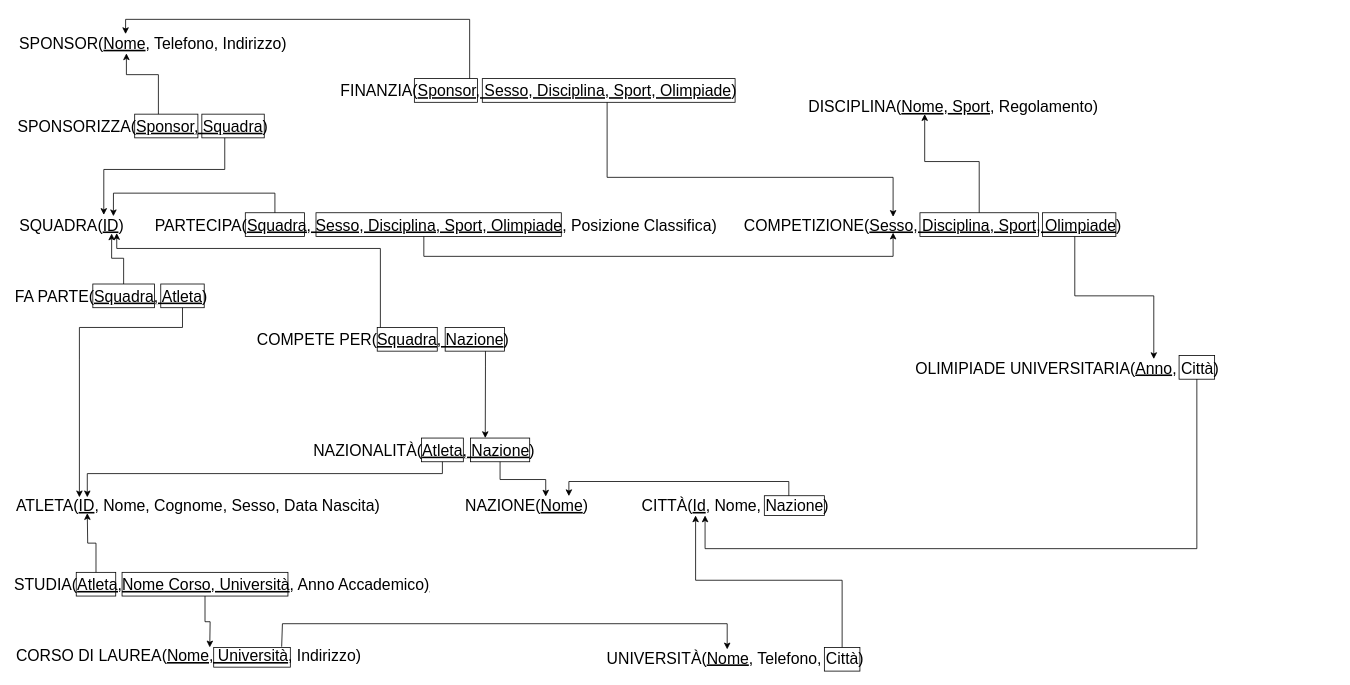
Earlier version of the draw.io diagram page "Schema Logico" (3 of 3) of Olimpiadi studentesche.drawio (giovannivelludo/database-project). Source tidied: cells renumbered, new cells numbered last; positions are measured from the earlier drawing's top-left corner, leaving out a move shared by most shapes. Both pictures are drawn from the tidied source at 79%, with x=0, y=0 at pixel (16, 19).
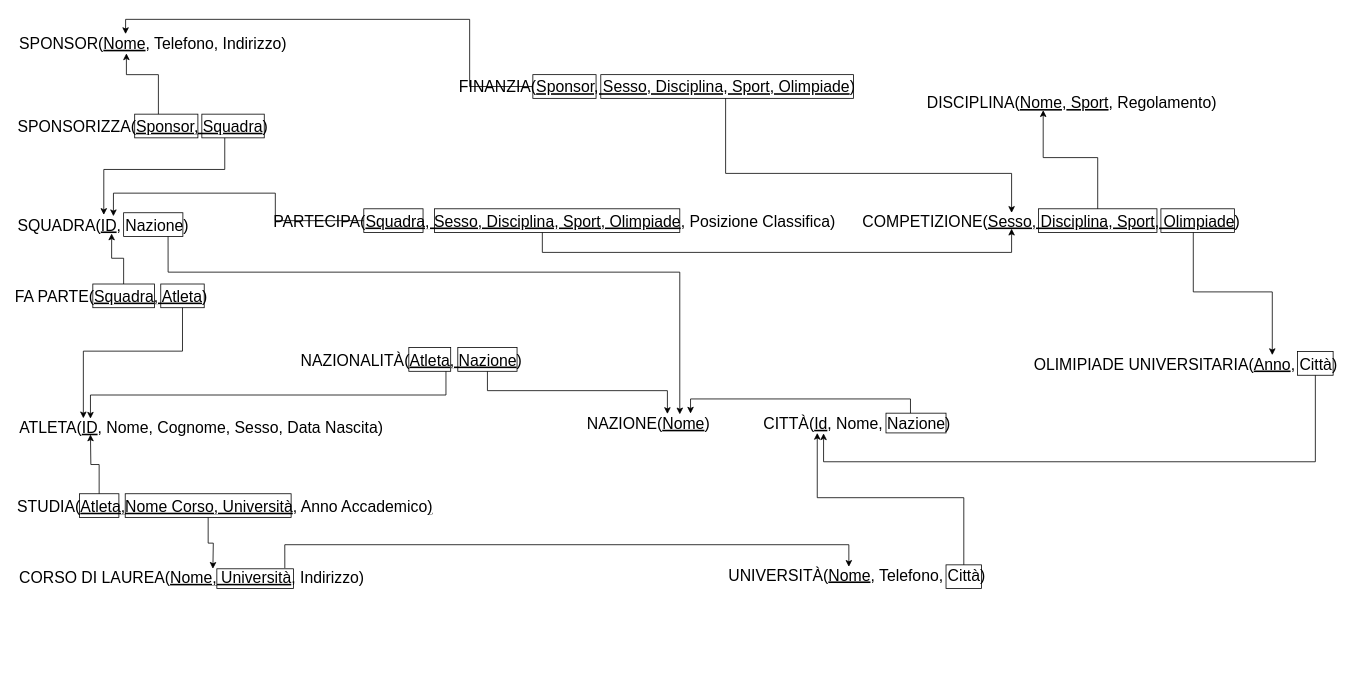
The same page after the edit.

Commit message (it also covers changes not shown here):
Nello schema logico, incorporata COMPETE PER in SQUADRA

The change refers to these unchanged cells:
```xml
<mxCell id="17" style="rounded=0;whiteSpace=wrap;html=1;fontSize=20;labelBackgroundColor=#ffffff;endArrow=classic;fillColor=none;" parent="1" vertex="1">
  <mxGeometry x="183" y="335" width="55" height="30" as="geometry" />
</mxCell>
```

Diff of the diagram source:
```diff
@@
     <mxCell id="2" style="rounded=0;whiteSpace=wrap;html=1;fontSize=20;labelBackgroundColor=#ffffff;endArrow=classic;fillColor=none;" parent="1" vertex="1">
-      <mxGeometry x="590" y="75" width="320" height="30" as="geometry" />
+      <mxGeometry x="740" y="70" width="320" height="30" as="geometry" />
     </mxCell>
@@
-    <mxCell id="4" value="SQUADRA(&lt;u&gt;ID&lt;/u&gt;)" style="text;align=center;verticalAlign=middle;rounded=0;fontSize=20;html=1;labelBackgroundColor=none;endArrow=classic;" parent="1" vertex="1">
+    <mxCell id="4" value="&lt;div align=&quot;left&quot;&gt;SQUADRA(&lt;u&gt;ID&lt;/u&gt;, Nazione)&lt;/div&gt;" style="text;align=left;verticalAlign=middle;rounded=0;fontSize=20;html=1;labelBackgroundColor=none;endArrow=classic;" parent="1" vertex="1">
       <mxGeometry y="249.8" width="140" height="20" as="geometry" />
     </mxCell>
     <mxCell id="5" value="NAZIONE(&lt;u&gt;Nome&lt;/u&gt;)" style="text;html=1;align=center;verticalAlign=middle;rounded=0;fontSize=20;labelBackgroundColor=none;endArrow=classic;" parent="1" vertex="1">
-      <mxGeometry x="566" y="605" width="160" height="20" as="geometry" />
+      <mxGeometry x="720" y="500.5" width="160" height="20" as="geometry" />
     </mxCell>
@@
     <mxCell id="11" value="ATLETA(&lt;u&gt;ID&lt;/u&gt;, Nome, Cognome, Sesso, Data Nascita)" style="text;html=1;align=center;verticalAlign=middle;rounded=0;fontSize=20;labelBackgroundColor=none;endArrow=classic;" parent="1" vertex="1">
-      <mxGeometry x="210" y="605" width="40" height="20" as="geometry" />
+      <mxGeometry x="214" y="505.5" width="40" height="20" as="geometry" />
     </mxCell>
     <mxCell id="12" value="DISCIPLINA(&lt;u&gt;Nome&lt;/u&gt;,&lt;u&gt;&amp;nbsp;Sport&lt;/u&gt;, Regolamento)" style="text;html=1;align=center;verticalAlign=middle;rounded=0;fontSize=20;labelBackgroundColor=none;endArrow=classic;" parent="1" vertex="1">
-      <mxGeometry x="1175.5" y="100" width="20" height="20" as="geometry" />
+      <mxGeometry x="1325.5" y="95" width="20" height="20" as="geometry" />
     </mxCell>
@@
     <mxCell id="16" style="edgeStyle=orthogonalEdgeStyle;rounded=0;jettySize=auto;html=1;fontSize=20;labelBackgroundColor=#ffffff;fontColor=#000000;snapToPoint=0;" parent="1" edge="1" source="17">
       <mxGeometry relative="1" as="geometry">
-        <mxPoint x="80" y="605" as="targetPoint" />
+        <mxPoint x="85" y="505" as="targetPoint" />
         <Array as="points">
-          <mxPoint x="211" y="390" />
-          <mxPoint x="80" y="390" />
-          <mxPoint x="80" y="430" />
+          <mxPoint x="211" y="420" />
+          <mxPoint x="85" y="420" />
         </Array>
       </mxGeometry>
     </mxCell>
@@
     <mxCell id="18" value="&lt;div style=&quot;text-align: left&quot;&gt;&lt;font&gt;NAZIONALITÀ(&lt;u&gt;Atleta, Nazione&lt;/u&gt;)&lt;/font&gt;&lt;br&gt;&lt;/div&gt;" style="text;html=1;align=center;verticalAlign=middle;rounded=0;fontSize=20;labelBackgroundColor=none;endArrow=classic;" parent="1" vertex="1">
-      <mxGeometry x="496" y="535" width="40" height="20" as="geometry" />
+      <mxGeometry x="480" y="420.5" width="40" height="20" as="geometry" />
     </mxCell>
     <mxCell id="19" style="edgeStyle=orthogonalEdgeStyle;rounded=0;jettySize=auto;html=1;fontSize=20;labelBackgroundColor=#ffffff;fontColor=#000000;" parent="1" edge="1" source="20">
       <mxGeometry relative="1" as="geometry">
-        <mxPoint x="90" y="605" as="targetPoint" />
+        <mxPoint x="94" y="505.5" as="targetPoint" />
         <Array as="points">
-          <mxPoint x="540" y="575" />
-          <mxPoint x="90" y="575" />
-          <mxPoint x="90" y="605" />
+          <mxPoint x="544" y="475.5" />
+          <mxPoint x="94" y="475.5" />
+          <mxPoint x="94" y="505.5" />
         </Array>
       </mxGeometry>
     </mxCell>
     <mxCell id="20" style="rounded=0;whiteSpace=wrap;html=1;fontSize=20;labelBackgroundColor=#ffffff;endArrow=classic;fillColor=none;" parent="1" vertex="1">
-      <mxGeometry x="513" y="530" width="53" height="30" as="geometry" />
+      <mxGeometry x="497" y="415.5" width="53" height="30" as="geometry" />
     </mxCell>
     <mxCell id="21" style="edgeStyle=orthogonalEdgeStyle;rounded=0;jettySize=auto;html=1;fontSize=20;entryX=0.652;entryY=-0.047;entryDx=0;entryDy=0;entryPerimeter=0;labelBackgroundColor=#ffffff;fontColor=#000000;" parent="1" edge="1" source="22" target="5">
-      <mxGeometry relative="1" as="geometry" />
+      <mxGeometry relative="1" as="geometry">
+        <Array as="points">
+          <mxPoint x="597" y="470" />
+          <mxPoint x="824" y="470" />
+        </Array>
+      </mxGeometry>
     </mxCell>
     <mxCell id="22" style="rounded=0;whiteSpace=wrap;fontSize=20;labelBackgroundColor=#ffffff;endArrow=classic;html=1;fillColor=none;" parent="1" vertex="1">
-      <mxGeometry x="575" y="530" width="75" height="30" as="geometry" />
+      <mxGeometry x="559" y="415.5" width="75" height="30" as="geometry" />
     </mxCell>
     <mxCell id="23" value="CITT&lt;span style=&quot;text-align: left;&quot;&gt;À&lt;/span&gt;(&lt;u&gt;Id&lt;/u&gt;, Nome, Nazione)" style="text;html=1;align=center;verticalAlign=middle;rounded=0;fontSize=20;labelBackgroundColor=none;endArrow=classic;" parent="1" vertex="1">
-      <mxGeometry x="890" y="605" width="40" height="20" as="geometry" />
+      <mxGeometry x="1044" y="500.5" width="40" height="20" as="geometry" />
     </mxCell>
     <mxCell id="24" style="edgeStyle=orthogonalEdgeStyle;rounded=0;jettySize=auto;html=1;fontSize=20;entryX=0.835;entryY=-0.074;entryDx=0;entryDy=0;entryPerimeter=0;labelBackgroundColor=#ffffff;fontColor=#000000;" parent="1" edge="1" source="25" target="5">
       <mxGeometry relative="1" as="geometry">
         <Array as="points">
-          <mxPoint x="978" y="585" />
-          <mxPoint x="699" y="585" />
+          <mxPoint x="1132" y="480.5" />
+          <mxPoint x="853" y="480.5" />
         </Array>
       </mxGeometry>
     </mxCell>
     <mxCell id="25" style="rounded=0;whiteSpace=wrap;html=1;fontSize=20;labelBackgroundColor=#ffffff;endArrow=classic;fillColor=none;" parent="1" vertex="1">
-      <mxGeometry x="947" y="603" width="76" height="25" as="geometry" />
+      <mxGeometry x="1101" y="498.5" width="76" height="25" as="geometry" />
     </mxCell>
     <mxCell id="26" value="UNIVERSIT&lt;span style=&quot;text-align: left; white-space: nowrap;&quot;&gt;À(&lt;u&gt;Nome&lt;/u&gt;, Telefono, Città)&lt;/span&gt;" style="text;html=1;align=center;verticalAlign=middle;rounded=0;fontSize=20;labelBackgroundColor=none;endArrow=classic;" parent="1" vertex="1">
-      <mxGeometry x="890" y="797.5" width="40" height="20" as="geometry" />
+      <mxGeometry x="1044" y="693" width="40" height="20" as="geometry" />
     </mxCell>
     <mxCell id="27" style="edgeStyle=orthogonalEdgeStyle;rounded=0;jettySize=auto;html=1;fontSize=20;fontColor=#000000;labelBackgroundColor=#ffffff;" parent="1" edge="1" source="28">
       <mxGeometry relative="1" as="geometry">
-        <mxPoint x="860" y="628" as="targetPoint" />
+        <mxPoint x="1014" y="523.5" as="targetPoint" />
         <Array as="points">
-          <mxPoint x="1045" y="710" />
-          <mxPoint x="860" y="710" />
+          <mxPoint x="1199" y="605.5" />
+          <mxPoint x="1014" y="605.5" />
         </Array>
       </mxGeometry>
     </mxCell>
     <mxCell id="28" style="rounded=0;whiteSpace=wrap;html=1;fontSize=20;labelBackgroundColor=#ffffff;endArrow=classic;fillColor=none;" parent="1" vertex="1">
-      <mxGeometry x="1023" y="795" width="45" height="30" as="geometry" />
+      <mxGeometry x="1177" y="690.5" width="45" height="30" as="geometry" />
     </mxCell>
     <mxCell id="29" value="OLIMIPIADE UNIVERSITARIA(&lt;u&gt;Anno&lt;/u&gt;, Città)" style="text;html=1;align=center;verticalAlign=middle;rounded=0;fontSize=20;labelBackgroundColor=none;endArrow=classic;" parent="1" vertex="1">
-      <mxGeometry x="1310" y="430.5" width="40" height="20" as="geometry" />
+      <mxGeometry x="1460" y="425.5" width="40" height="20" as="geometry" />
     </mxCell>
     <mxCell id="30" style="edgeStyle=orthogonalEdgeStyle;rounded=0;jettySize=auto;html=1;fontSize=20;fontColor=#000000;labelBackgroundColor=#ffffff;" parent="1" edge="1" source="31">
       <mxGeometry relative="1" as="geometry">
-        <mxPoint x="872" y="628" as="targetPoint" />
+        <mxPoint x="1022" y="524" as="targetPoint" />
         <Array as="points">
-          <mxPoint x="1495" y="670" />
-          <mxPoint x="872" y="670" />
+          <mxPoint x="1645" y="560" />
+          <mxPoint x="1022" y="560" />
         </Array>
       </mxGeometry>
     </mxCell>
     <mxCell id="31" style="rounded=0;whiteSpace=wrap;html=1;fontSize=20;labelBackgroundColor=#ffffff;endArrow=classic;fillColor=none;" parent="1" vertex="1">
-      <mxGeometry x="1472" y="425.5" width="45" height="30" as="geometry" />
+      <mxGeometry x="1622" y="420.5" width="45" height="30" as="geometry" />
     </mxCell>
     <mxCell id="32" value="CORSO DI LAUREA(&lt;u&gt;Nome,&amp;nbsp;Università&lt;/u&gt;,&amp;nbsp;Indirizzo)" style="text;html=1;align=center;verticalAlign=middle;rounded=0;fontSize=20;labelBackgroundColor=none;endArrow=classic;" parent="1" vertex="1">
-      <mxGeometry x="198" y="795" width="40" height="20" as="geometry" />
+      <mxGeometry x="202" y="695.5" width="40" height="20" as="geometry" />
     </mxCell>
     <mxCell id="33" style="edgeStyle=orthogonalEdgeStyle;rounded=0;jettySize=auto;html=1;fontSize=20;fontColor=#000000;entryX=0.25;entryY=0;entryDx=0;entryDy=0;exitX=0.887;exitY=-0.034;exitDx=0;exitDy=0;exitPerimeter=0;labelBackgroundColor=#ffffff;" parent="1" edge="1" source="34" target="26">
       <mxGeometry relative="1" as="geometry">
         <Array as="points">
-          <mxPoint x="337" y="765" />
-          <mxPoint x="900" y="765" />
+          <mxPoint x="340" y="665" />
+          <mxPoint x="1054" y="665" />
         </Array>
       </mxGeometry>
     </mxCell>
     <mxCell id="34" style="rounded=0;whiteSpace=wrap;html=1;fontSize=20;labelBackgroundColor=#ffffff;endArrow=classic;fillColor=none;" parent="1" vertex="1">
-      <mxGeometry x="250" y="795" width="97" height="25" as="geometry" />
+      <mxGeometry x="254" y="695.5" width="97" height="25" as="geometry" />
     </mxCell>
     <mxCell id="35" value="STUDIA(&lt;u&gt;Atleta,Nome Corso, Università&lt;/u&gt;, Anno Accademico&lt;u&gt;)&lt;/u&gt;" style="text;html=1;align=center;verticalAlign=middle;rounded=0;fontSize=20;labelBackgroundColor=none;endArrow=classic;" parent="1" vertex="1">
-      <mxGeometry x="240" y="705" width="40" height="20" as="geometry" />
+      <mxGeometry x="244" y="605.5" width="40" height="20" as="geometry" />
     </mxCell>
     <mxCell id="36" style="edgeStyle=orthogonalEdgeStyle;rounded=0;jettySize=auto;html=1;fontSize=20;fontColor=#000000;labelBackgroundColor=#ffffff;" parent="1" edge="1" source="37">
       <mxGeometry relative="1" as="geometry">
-        <mxPoint x="90" y="625" as="targetPoint" />
+        <mxPoint x="94" y="525.5" as="targetPoint" />
       </mxGeometry>
     </mxCell>
     <mxCell id="37" style="rounded=0;whiteSpace=wrap;html=1;fontSize=20;labelBackgroundColor=#ffffff;endArrow=classic;fillColor=none;" parent="1" vertex="1">
-      <mxGeometry x="76" y="700" width="50" height="30" as="geometry" />
+      <mxGeometry x="80" y="600.5" width="50" height="30" as="geometry" />
     </mxCell>
     <mxCell id="38" style="edgeStyle=orthogonalEdgeStyle;rounded=0;jettySize=auto;html=1;fontSize=20;fontColor=#000000;labelBackgroundColor=#ffffff;" parent="1" edge="1" source="39">
       <mxGeometry relative="1" as="geometry">
-        <mxPoint x="245" y="795" as="targetPoint" />
+        <mxPoint x="249" y="695.5" as="targetPoint" />
       </mxGeometry>
     </mxCell>
     <mxCell id="39" style="rounded=0;whiteSpace=wrap;html=1;fontSize=20;labelBackgroundColor=#ffffff;endArrow=classic;fillColor=none;" parent="1" vertex="1">
-      <mxGeometry x="134" y="700" width="210" height="30" as="geometry" />
+      <mxGeometry x="138" y="600.5" width="210" height="30" as="geometry" />
     </mxCell>
     <mxCell id="40" value="COMPETIZIONE(&lt;u&gt;Sesso, Disciplina, Sport, Olimpiade&lt;/u&gt;)" style="text;html=1;align=center;verticalAlign=middle;rounded=0;fontSize=20;labelBackgroundColor=none;endArrow=classic;" parent="1" vertex="1">
-      <mxGeometry x="1140" y="249.8" width="40" height="20" as="geometry" />
+      <mxGeometry x="1290" y="244.8" width="40" height="20" as="geometry" />
     </mxCell>
     <mxCell id="41" style="edgeStyle=orthogonalEdgeStyle;rounded=0;jettySize=auto;html=1;fontSize=20;fontColor=#000000;exitX=0.5;exitY=0;exitDx=0;exitDy=0;labelBackgroundColor=#ffffff;" parent="1" edge="1" source="42">
       <mxGeometry relative="1" as="geometry">
-        <mxPoint x="1150" y="120" as="targetPoint" />
+        <mxPoint x="1300" y="115" as="targetPoint" />
         <Array as="points">
-          <mxPoint x="1219" y="180" />
-          <mxPoint x="1150" y="180" />
-          <mxPoint x="1150" y="120" />
+          <mxPoint x="1369" y="175" />
+          <mxPoint x="1300" y="175" />
+          <mxPoint x="1300" y="115" />
         </Array>
       </mxGeometry>
     </mxCell>
     <mxCell id="42" style="rounded=0;whiteSpace=wrap;html=1;fontSize=20;labelBackgroundColor=#ffffff;endArrow=classic;fillColor=none;" parent="1" vertex="1">
-      <mxGeometry x="1144" y="244.8" width="150" height="30" as="geometry" />
+      <mxGeometry x="1294" y="239.8" width="150" height="30" as="geometry" />
     </mxCell>
     <mxCell id="43" style="edgeStyle=orthogonalEdgeStyle;rounded=0;jettySize=auto;html=1;fontSize=20;fontColor=#000000;labelBackgroundColor=#ffffff;" parent="1" edge="1" source="44">
       <mxGeometry relative="1" as="geometry">
-        <mxPoint x="1440" y="430" as="targetPoint" />
+        <mxPoint x="1590" y="425" as="targetPoint" />
         <Array as="points">
-          <mxPoint x="1340" y="350" />
-          <mxPoint x="1440" y="350" />
+          <mxPoint x="1490" y="345" />
+          <mxPoint x="1590" y="345" />
         </Array>
       </mxGeometry>
     </mxCell>
     <mxCell id="44" style="rounded=0;whiteSpace=wrap;html=1;fontSize=20;labelBackgroundColor=#ffffff;endArrow=classic;fillColor=none;" parent="1" vertex="1">
-      <mxGeometry x="1299" y="244.8" width="93" height="30" as="geometry" />
+      <mxGeometry x="1449" y="239.8" width="93" height="30" as="geometry" />
     </mxCell>
     <mxCell id="45" value="PARTECIPA(&lt;u&gt;Squadra, Sesso, Disciplina, Sport, Olimpiade&lt;/u&gt;, Posizione Classifica)" style="text;html=1;align=center;verticalAlign=middle;rounded=0;fontSize=20;labelBackgroundColor=none;endArrow=classic;" parent="1" vertex="1">
-      <mxGeometry x="511" y="249.8" width="40" height="20" as="geometry" />
+      <mxGeometry x="661" y="244.8" width="40" height="20" as="geometry" />
     </mxCell>
@@
     <mxCell id="47" style="rounded=0;whiteSpace=wrap;html=1;fontSize=20;labelBackgroundColor=#ffffff;endArrow=classic;fillColor=none;" parent="1" vertex="1">
-      <mxGeometry x="290" y="244.8" width="75" height="30" as="geometry" />
+      <mxGeometry x="440" y="239.8" width="75" height="30" as="geometry" />
     </mxCell>
     <mxCell id="48" style="edgeStyle=orthogonalEdgeStyle;rounded=0;jettySize=auto;html=1;fontSize=20;fontColor=#000000;labelBackgroundColor=#ffffff;" parent="1" edge="1" source="49">
       <mxGeometry relative="1" as="geometry">
-        <mxPoint x="1110" y="270" as="targetPoint" />
+        <mxPoint x="1260" y="265" as="targetPoint" />
         <Array as="points">
-          <mxPoint x="516" y="300" />
-          <mxPoint x="1110" y="300" />
-          <mxPoint x="1110" y="270" />
+          <mxPoint x="666" y="295" />
+          <mxPoint x="1260" y="295" />
+          <mxPoint x="1260" y="265" />
         </Array>
       </mxGeometry>
     </mxCell>
     <mxCell id="49" style="rounded=0;whiteSpace=wrap;html=1;fontSize=20;labelBackgroundColor=#ffffff;endArrow=classic;fillColor=none;" parent="1" vertex="1">
-      <mxGeometry x="379.5" y="244.8" width="310.5" height="30" as="geometry" />
+      <mxGeometry x="529.5" y="239.8" width="310.5" height="30" as="geometry" />
     </mxCell>
     <mxCell id="50" value="FINANZIA(&lt;u&gt;Sponsor, Sesso, Disciplina, Sport, Olimpiade&lt;/u&gt;)" style="text;html=1;align=center;verticalAlign=middle;rounded=0;fontSize=20;labelBackgroundColor=none;endArrow=classic;" parent="1" vertex="1">
-      <mxGeometry x="641" y="80" width="40" height="20" as="geometry" />
+      <mxGeometry x="791" y="75" width="40" height="20" as="geometry" />
     </mxCell>
@@
     <mxCell id="52" style="rounded=0;whiteSpace=wrap;html=1;fontSize=20;labelBackgroundColor=#ffffff;endArrow=classic;fillColor=none;" parent="1" vertex="1">
-      <mxGeometry x="504" y="75" width="80" height="30" as="geometry" />
+      <mxGeometry x="654" y="70" width="80" height="30" as="geometry" />
     </mxCell>
     <mxCell id="53" style="edgeStyle=orthogonalEdgeStyle;rounded=0;jettySize=auto;html=1;fontSize=20;fontColor=#000000;labelBackgroundColor=#ffffff;" parent="1" edge="1" source="2">
       <mxGeometry relative="1" as="geometry">
-        <mxPoint x="1110" y="250" as="targetPoint" />
+        <mxPoint x="1260" y="245" as="targetPoint" />
         <Array as="points">
-          <mxPoint x="748" y="200" />
-          <mxPoint x="1110" y="200" />
-          <mxPoint x="1110" y="250" />
+          <mxPoint x="898" y="195" />
+          <mxPoint x="1260" y="195" />
+          <mxPoint x="1260" y="245" />
         </Array>
       </mxGeometry>
     </mxCell>
-    <mxCell id="54" value="&lt;div style=&quot;text-align: left&quot;&gt;&lt;font&gt;COMPETE PER(&lt;u&gt;Squadra, Nazione&lt;/u&gt;)&lt;/font&gt;&lt;br&gt;&lt;/div&gt;" style="text;html=1;align=center;verticalAlign=middle;rounded=0;fontSize=20;labelBackgroundColor=none;endArrow=classic;" parent="1" vertex="1">
-      <mxGeometry x="444" y="395" width="40" height="20" as="geometry" />
-    </mxCell>
-    <mxCell id="55" style="edgeStyle=orthogonalEdgeStyle;rounded=0;jettySize=auto;html=1;entryX=0.909;entryY=1.036;entryDx=0;entryDy=0;entryPerimeter=0;endArrow=classic;endFill=1;" parent="1" edge="1" source="56" target="4">
-      <mxGeometry relative="1" as="geometry">
-        <Array as="points">
-          <mxPoint x="461" y="290" />
-          <mxPoint x="127" y="290" />
-        </Array>
-      </mxGeometry>
-    </mxCell>
-    <mxCell id="56" style="rounded=0;whiteSpace=wrap;html=1;fontSize=20;labelBackgroundColor=#ffffff;endArrow=classic;fillColor=none;" parent="1" vertex="1">
-      <mxGeometry x="457" y="390" width="76" height="30" as="geometry" />
-    </mxCell>
-    <mxCell id="57" style="edgeStyle=orthogonalEdgeStyle;rounded=0;jettySize=auto;html=1;entryX=0.25;entryY=0;entryDx=0;entryDy=0;endArrow=classic;endFill=1;" parent="1" edge="1" source="58" target="22">
-      <mxGeometry relative="1" as="geometry">
-        <Array as="points">
-          <mxPoint x="594" y="440" />
-          <mxPoint x="594" y="440" />
-        </Array>
-      </mxGeometry>
-    </mxCell>
-    <mxCell id="58" style="rounded=0;whiteSpace=wrap;fontSize=20;labelBackgroundColor=#ffffff;endArrow=classic;html=1;fillColor=none;" parent="1" vertex="1">
-      <mxGeometry x="543" y="390" width="75" height="30" as="geometry" />
-    </mxCell>
+    <mxCell id="59" style="edgeStyle=orthogonalEdgeStyle;rounded=0;jettySize=auto;html=1;exitX=0.75;exitY=1;exitDx=0;exitDy=0;" parent="1" edge="1" source="60">
+      <mxGeometry relative="1" as="geometry">
+        <mxPoint x="840" y="500" as="targetPoint" />
+        <Array as="points">
+          <mxPoint x="193" y="320" />
+          <mxPoint x="840" y="320" />
+        </Array>
+      </mxGeometry>
+    </mxCell>
+    <mxCell id="60" style="rounded=0;whiteSpace=wrap;fontSize=20;labelBackgroundColor=#ffffff;endArrow=classic;html=1;fillColor=none;" parent="1" vertex="1">
+      <mxGeometry x="136" y="244.8" width="75" height="30" as="geometry" />
+    </mxCell>
```
